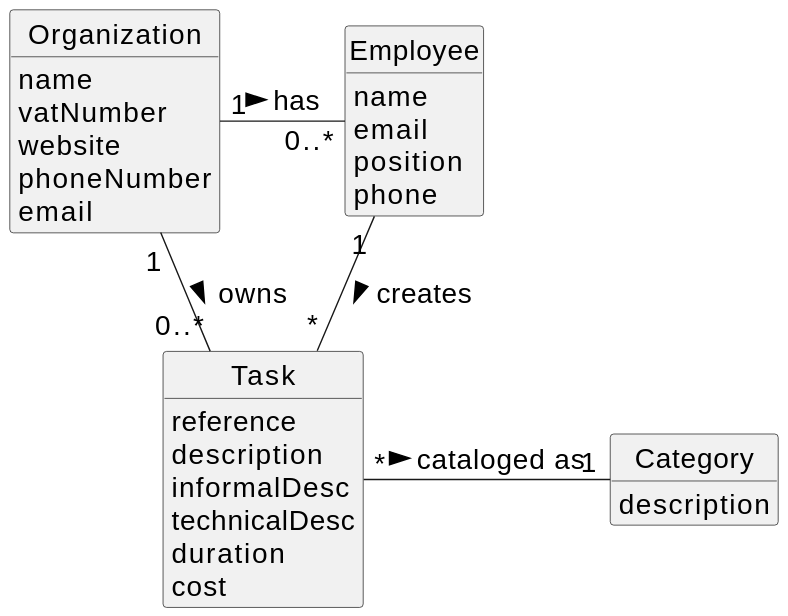
Before: docs/sprintA/us05/02.analysis/svg/us05-domain-model.svg, a diagram exported from PlantUML (daniel41silva05/ISEP_2023_2024_LAPR2).
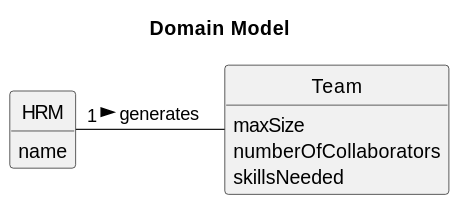
After the change.

The edit, as a diff of the source:
```diff
@@ -1,5 +1,4 @@
 @startuml
-skinparamlocked defaultFontSize 20
 skinparam monochrome true
 skinparam packageStyle rectangle
 skinparam shadowing false
@@ -10,39 +9,17 @@
 hide circle
 hide methods
 
+title Domain Model
 
-
-class Organization {
+class HRM {
     name
-    vatNumber
-    website
-    phoneNumber
-    email
 }
 
-class Task {
-    reference
-    description
-    informalDesc
-    technicalDesc
-    duration
-    cost
+class Team {
+    maxSize
+    numberOfCollaborators
+    skillsNeeded
 }
 
-class Category {
-    description
-}
-
-class Employee {
-    name
-    email
-    position
-    phone
-}
-
-
-Organization "1" - "0..*" Employee : has >
-Organization "1" - "0..*" Task: owns >
-Employee "1" -- "*" Task : creates >
-Task "*" - "1" Category: cataloged as >
+HRM "1" - Team : generates >
 @enduml
```
